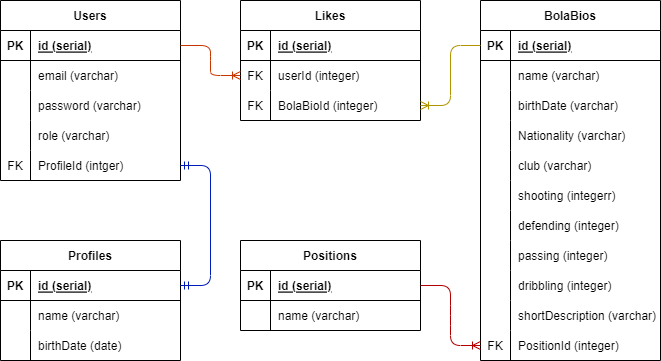
This is ERD/schema-Super-Soccer.drawio.png from PrimalDest/Super-Soccer, a draw.io export, as it was before one commit. Source tidied: cells renumbered, new cells last; positions are measured from the earlier drawing's top-left corner, leaving out a move shared by most shapes.
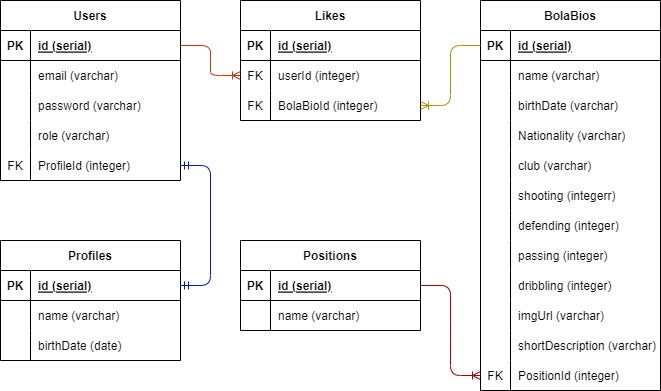
After the change.

Change to the diagram source:
```diff
@@ -47,7 +47,7 @@
     <mxCell id="16" value="FK" style="shape=partialRectangle;fillColor=none;top=0;left=0;bottom=0;right=0;overflow=hidden;" parent="15" vertex="1">
       <mxGeometry width="30" height="30" as="geometry" />
     </mxCell>
-    <mxCell id="17" value="ProfileId (intger)" style="shape=partialRectangle;fillColor=none;top=0;left=0;bottom=0;right=0;align=left;spacingLeft=6;overflow=hidden;" parent="15" vertex="1">
+    <mxCell id="17" value="ProfileId (integer)" style="shape=partialRectangle;fillColor=none;top=0;left=0;bottom=0;right=0;align=left;spacingLeft=6;overflow=hidden;" parent="15" vertex="1">
       <mxGeometry x="30" width="150" height="30" as="geometry" />
     </mxCell>
     <mxCell id="18" value="Likes" style="shape=table;startSize=30;rowLines=0;fontStyle=1;align=center;" parent="1" vertex="1">
@@ -81,7 +81,7 @@
       <mxGeometry x="30" width="150" height="30" as="geometry" />
     </mxCell>
     <mxCell id="28" value="BolaBios" style="shape=table;startSize=30;rowLines=0;fontStyle=1;align=center;" parent="1" vertex="1">
-      <mxGeometry x="480" width="180" height="360" as="geometry" />
+      <mxGeometry x="480" width="180" height="390" as="geometry" />
     </mxCell>
     <mxCell id="29" style="shape=tableRow;horizontal=0;startSize=0;swimlaneHead=0;swimlaneBody=0;fillColor=none;points=[[0,0.5],[1,0.5]];portConstraint=eastwest;top=0;left=0;right=0;bottom=1;" parent="28" vertex="1">
       <mxGeometry y="30" width="180" height="30" as="geometry" />
@@ -170,11 +170,20 @@
     <mxCell id="57" style="shape=partialRectangle;fillColor=none;top=0;left=0;bottom=0;right=0;overflow=hidden;" parent="56" vertex="1">
       <mxGeometry width="30" height="30" as="geometry" />
     </mxCell>
-    <mxCell id="58" value="shortDescription (varchar)" style="shape=partialRectangle;fillColor=none;top=0;left=0;bottom=0;right=0;align=left;spacingLeft=6;overflow=hidden;" parent="56" vertex="1">
+    <mxCell id="58" value="imgUrl (varchar)" style="shape=partialRectangle;fillColor=none;top=0;left=0;bottom=0;right=0;align=left;spacingLeft=6;overflow=hidden;" parent="56" vertex="1">
       <mxGeometry x="30" width="150" height="30" as="geometry" />
     </mxCell>
+    <mxCell id="83" style="shape=tableRow;horizontal=0;startSize=0;swimlaneHead=0;swimlaneBody=0;fillColor=none;top=0;left=0;right=0;bottom=0;" parent="28" vertex="1">
+      <mxGeometry y="330" width="180" height="30" as="geometry" />
+    </mxCell>
+    <mxCell id="84" style="shape=partialRectangle;fillColor=none;top=0;left=0;bottom=0;right=0;overflow=hidden;" parent="83" vertex="1">
+      <mxGeometry width="30" height="30" as="geometry" />
+    </mxCell>
+    <mxCell id="85" value="shortDescription (varchar)" style="shape=partialRectangle;fillColor=none;top=0;left=0;bottom=0;right=0;align=left;spacingLeft=6;overflow=hidden;" parent="83" vertex="1">
+      <mxGeometry x="30" width="150" height="30" as="geometry" />
+    </mxCell>
     <mxCell id="59" style="shape=tableRow;horizontal=0;startSize=0;swimlaneHead=0;swimlaneBody=0;fillColor=none;points=[[0,0.5],[1,0.5]];portConstraint=eastwest;top=0;left=0;right=0;bottom=0;" parent="28" vertex="1">
-      <mxGeometry y="330" width="180" height="30" as="geometry" />
+      <mxGeometry y="360" width="180" height="30" as="geometry" />
     </mxCell>
     <mxCell id="60" value="FK" style="shape=partialRectangle;fillColor=none;top=0;left=0;bottom=0;right=0;overflow=hidden;" parent="59" vertex="1">
       <mxGeometry width="30" height="30" as="geometry" />
```
